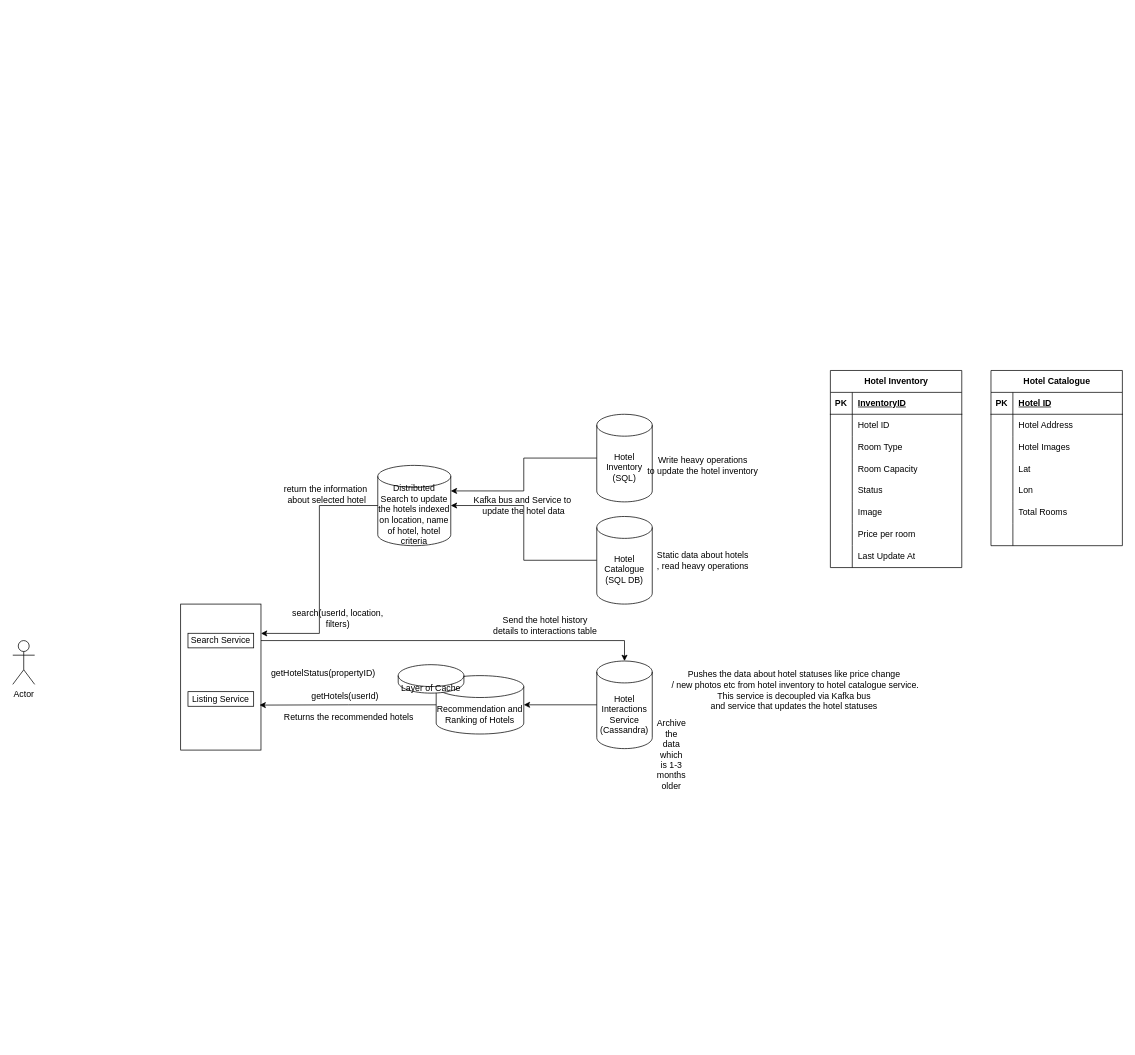
Before: HotelManagementSystem.drawio in anshul1790/system-design-playground, a draw.io diagram. Source tidied: cells renumbered, new cells numbered last; positions are measured from the earlier drawing's top-left corner, leaving out a move shared by most shapes. Both pictures are drawn from the tidied source at 73%, with x=0, y=0 at pixel (12, 370).
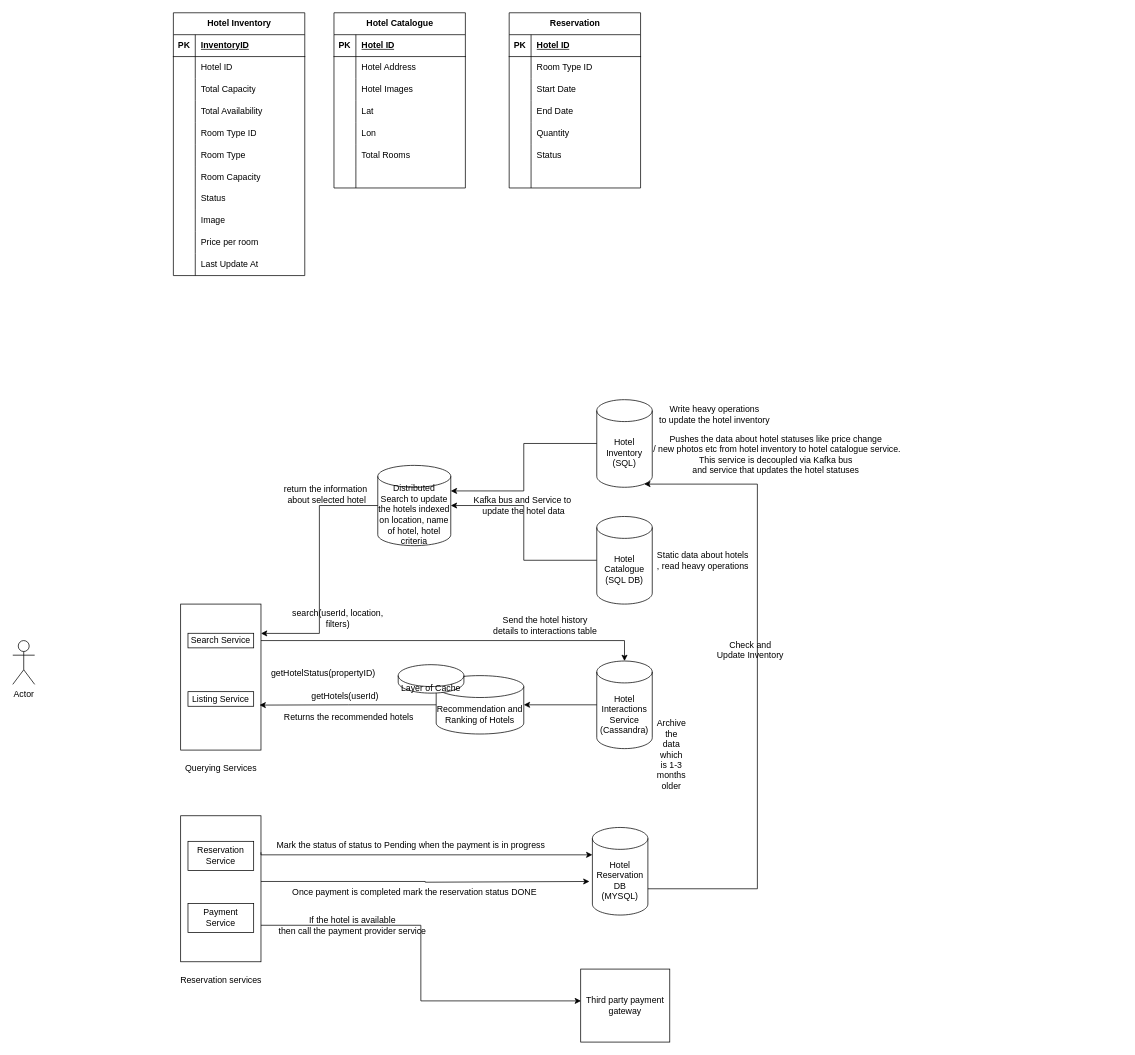
After the change.

Change to the diagram source:
```diff
@@
     <mxCell id="5" value="Hotel Inventory&lt;div&gt;(SQL)&lt;/div&gt;" style="shape=cylinder3;whiteSpace=wrap;html=1;boundedLbl=1;backgroundOutline=1;size=15;" parent="1" vertex="1">
-      <mxGeometry x="800" y="60" width="76" height="120" as="geometry" />
+      <mxGeometry x="800" y="40" width="76" height="120" as="geometry" />
     </mxCell>
@@
     <mxCell id="21" value="Pushes the data about hotel statuses like price change&lt;div&gt;&amp;nbsp;/ new photos etc from hotel inventory to hotel catalogue service.&lt;/div&gt;&lt;div&gt;This service is decoupled via Kafka bus&lt;/div&gt;&lt;div&gt;and service that updates the hotel statuses&lt;/div&gt;" style="text;html=1;align=center;verticalAlign=middle;strokeColor=none;fillColor=none;" parent="1" vertex="1">
-      <mxGeometry x="885" y="403" width="370" height="70" as="geometry" />
+      <mxGeometry x="860" y="80" width="370" height="70" as="geometry" />
     </mxCell>
@@
     <mxCell id="26" value="Hotel Inventory" style="shape=table;startSize=30;childLayout=tableLayout;rowLines=0;fontStyle=1;align=center;html=1;" parent="1" vertex="1">
-      <mxGeometry x="1120" width="180" height="270" as="geometry" />
+      <mxGeometry x="220" y="-490" width="180" height="360" as="geometry" />
     </mxCell>
@@
+    <mxCell id="76" style="shape=tableRow;horizontal=0;startSize=0;swimlaneHead=0;swimlaneBody=0;fillColor=none;top=0;left=0;right=0;bottom=0;" parent="26" vertex="1">
+      <mxGeometry y="90" width="180" height="30" as="geometry" />
+    </mxCell>
+    <mxCell id="77" style="shape=partialRectangle;fillColor=none;top=0;left=0;bottom=0;right=0;overflow=hidden;whiteSpace=wrap;html=1;" parent="76" vertex="1">
+      <mxGeometry width="30" height="30" as="geometry" />
+    </mxCell>
+    <mxCell id="78" value="Total Capacity" style="shape=partialRectangle;fillColor=none;top=0;left=0;bottom=0;right=0;align=left;spacingLeft=6;overflow=hidden;whiteSpace=wrap;html=1;" parent="76" vertex="1">
+      <mxGeometry x="30" width="150" height="30" as="geometry" />
+    </mxCell>
+    <mxCell id="79" style="shape=tableRow;horizontal=0;startSize=0;swimlaneHead=0;swimlaneBody=0;fillColor=none;top=0;left=0;right=0;bottom=0;" parent="26" vertex="1">
+      <mxGeometry y="120" width="180" height="30" as="geometry" />
+    </mxCell>
+    <mxCell id="80" style="shape=partialRectangle;fillColor=none;top=0;left=0;bottom=0;right=0;overflow=hidden;whiteSpace=wrap;html=1;" parent="79" vertex="1">
+      <mxGeometry width="30" height="30" as="geometry" />
+    </mxCell>
+    <mxCell id="81" value="Total Availability" style="shape=partialRectangle;fillColor=none;top=0;left=0;bottom=0;right=0;align=left;spacingLeft=6;overflow=hidden;whiteSpace=wrap;html=1;" parent="79" vertex="1">
+      <mxGeometry x="30" width="150" height="30" as="geometry" />
+    </mxCell>
+    <mxCell id="82" style="shape=tableRow;horizontal=0;startSize=0;swimlaneHead=0;swimlaneBody=0;fillColor=none;top=0;left=0;right=0;bottom=0;" parent="26" vertex="1">
+      <mxGeometry y="150" width="180" height="30" as="geometry" />
+    </mxCell>
+    <mxCell id="83" style="shape=partialRectangle;fillColor=none;top=0;left=0;bottom=0;right=0;overflow=hidden;whiteSpace=wrap;html=1;" parent="82" vertex="1">
+      <mxGeometry width="30" height="30" as="geometry" />
+    </mxCell>
+    <mxCell id="84" value="Room Type ID" style="shape=partialRectangle;fillColor=none;top=0;left=0;bottom=0;right=0;align=left;spacingLeft=6;overflow=hidden;whiteSpace=wrap;html=1;" parent="82" vertex="1">
+      <mxGeometry x="30" width="150" height="30" as="geometry" />
+    </mxCell>
     <mxCell id="33" style="shape=tableRow;horizontal=0;startSize=0;swimlaneHead=0;swimlaneBody=0;fillColor=none;top=0;left=0;right=0;bottom=0;" parent="26" vertex="1">
-      <mxGeometry y="90" width="180" height="30" as="geometry" />
+      <mxGeometry y="180" width="180" height="30" as="geometry" />
     </mxCell>
@@
     <mxCell id="36" style="shape=tableRow;horizontal=0;startSize=0;swimlaneHead=0;swimlaneBody=0;fillColor=none;top=0;left=0;right=0;bottom=0;" parent="26" vertex="1">
-      <mxGeometry y="120" width="180" height="30" as="geometry" />
+      <mxGeometry y="210" width="180" height="30" as="geometry" />
     </mxCell>
@@
     <mxCell id="39" style="shape=tableRow;horizontal=0;startSize=0;swimlaneHead=0;swimlaneBody=0;fillColor=none;top=0;left=0;right=0;bottom=0;" parent="26" vertex="1">
-      <mxGeometry y="150" width="180" height="30" as="geometry" />
+      <mxGeometry y="240" width="180" height="30" as="geometry" />
     </mxCell>
@@
     <mxCell id="42" style="shape=tableRow;horizontal=0;startSize=0;swimlaneHead=0;swimlaneBody=0;fillColor=none;top=0;left=0;right=0;bottom=0;" parent="26" vertex="1">
-      <mxGeometry y="180" width="180" height="30" as="geometry" />
+      <mxGeometry y="270" width="180" height="30" as="geometry" />
     </mxCell>
@@
     <mxCell id="45" style="shape=tableRow;horizontal=0;startSize=0;swimlaneHead=0;swimlaneBody=0;fillColor=none;top=0;left=0;right=0;bottom=0;" parent="26" vertex="1">
-      <mxGeometry y="210" width="180" height="30" as="geometry" />
+      <mxGeometry y="300" width="180" height="30" as="geometry" />
     </mxCell>
@@
     <mxCell id="48" style="shape=tableRow;horizontal=0;startSize=0;swimlaneHead=0;swimlaneBody=0;fillColor=none;top=0;left=0;right=0;bottom=0;" parent="26" vertex="1">
-      <mxGeometry y="240" width="180" height="30" as="geometry" />
+      <mxGeometry y="330" width="180" height="30" as="geometry" />
     </mxCell>
@@
     <mxCell id="51" value="Hotel Catalogue" style="shape=table;startSize=30;childLayout=tableLayout;rowLines=0;fontStyle=1;align=center;html=1;" parent="1" vertex="1">
-      <mxGeometry x="1340" width="180" height="240" as="geometry" />
+      <mxGeometry x="440" y="-490" width="180" height="240" as="geometry" />
     </mxCell>
@@
     <mxCell id="75" value="Write heavy operations&lt;div&gt;to update the hotel inventory&lt;/div&gt;" style="text;html=1;align=center;verticalAlign=middle;strokeColor=none;fillColor=none;" parent="1" vertex="1">
-      <mxGeometry x="860" y="110" width="170" height="40" as="geometry" />
+      <mxGeometry x="876" y="40" width="170" height="40" as="geometry" />
     </mxCell>
+    <mxCell id="85" value="Reservation" style="shape=table;startSize=30;childLayout=tableLayout;rowLines=0;fontStyle=1;align=center;html=1;" parent="1" vertex="1">
+      <mxGeometry x="680" y="-490" width="180" height="240" as="geometry" />
+    </mxCell>
+    <mxCell id="86" style="shape=tableRow;horizontal=0;startSize=0;swimlaneHead=0;swimlaneBody=0;fillColor=none;top=0;left=0;right=0;bottom=1;" parent="85" vertex="1">
+      <mxGeometry y="30" width="180" height="30" as="geometry" />
+    </mxCell>
+    <mxCell id="87" value="PK" style="shape=partialRectangle;fillColor=none;top=0;left=0;bottom=0;right=0;fontStyle=1;overflow=hidden;whiteSpace=wrap;html=1;" parent="86" vertex="1">
+      <mxGeometry width="30" height="30" as="geometry" />
+    </mxCell>
+    <mxCell id="88" value="Hotel ID" style="shape=partialRectangle;fillColor=none;top=0;left=0;bottom=0;right=0;align=left;spacingLeft=6;fontStyle=5;overflow=hidden;whiteSpace=wrap;html=1;" parent="86" vertex="1">
+      <mxGeometry x="30" width="150" height="30" as="geometry" />
+    </mxCell>
+    <mxCell id="89" style="shape=tableRow;horizontal=0;startSize=0;swimlaneHead=0;swimlaneBody=0;fillColor=none;top=0;left=0;right=0;bottom=0;" parent="85" vertex="1">
+      <mxGeometry y="60" width="180" height="30" as="geometry" />
+    </mxCell>
+    <mxCell id="90" style="shape=partialRectangle;fillColor=none;top=0;left=0;bottom=0;right=0;overflow=hidden;whiteSpace=wrap;html=1;" parent="89" vertex="1">
+      <mxGeometry width="30" height="30" as="geometry" />
+    </mxCell>
+    <mxCell id="91" value="Room Type ID" style="shape=partialRectangle;fillColor=none;top=0;left=0;bottom=0;right=0;align=left;spacingLeft=6;overflow=hidden;whiteSpace=wrap;html=1;" parent="89" vertex="1">
+      <mxGeometry x="30" width="150" height="30" as="geometry" />
+    </mxCell>
+    <mxCell id="92" style="shape=tableRow;horizontal=0;startSize=0;swimlaneHead=0;swimlaneBody=0;fillColor=none;top=0;left=0;right=0;bottom=0;" parent="85" vertex="1">
+      <mxGeometry y="90" width="180" height="30" as="geometry" />
+    </mxCell>
+    <mxCell id="93" style="shape=partialRectangle;fillColor=none;top=0;left=0;bottom=0;right=0;overflow=hidden;whiteSpace=wrap;html=1;" parent="92" vertex="1">
+      <mxGeometry width="30" height="30" as="geometry" />
+    </mxCell>
+    <mxCell id="94" value="Start Date" style="shape=partialRectangle;fillColor=none;top=0;left=0;bottom=0;right=0;align=left;spacingLeft=6;overflow=hidden;whiteSpace=wrap;html=1;" parent="92" vertex="1">
+      <mxGeometry x="30" width="150" height="30" as="geometry" />
+    </mxCell>
+    <mxCell id="95" style="shape=tableRow;horizontal=0;startSize=0;swimlaneHead=0;swimlaneBody=0;fillColor=none;top=0;left=0;right=0;bottom=0;" parent="85" vertex="1">
+      <mxGeometry y="120" width="180" height="30" as="geometry" />
+    </mxCell>
+    <mxCell id="96" style="shape=partialRectangle;fillColor=none;top=0;left=0;bottom=0;right=0;overflow=hidden;whiteSpace=wrap;html=1;" parent="95" vertex="1">
+      <mxGeometry width="30" height="30" as="geometry" />
+    </mxCell>
+    <mxCell id="97" value="End Date" style="shape=partialRectangle;fillColor=none;top=0;left=0;bottom=0;right=0;align=left;spacingLeft=6;overflow=hidden;whiteSpace=wrap;html=1;" parent="95" vertex="1">
+      <mxGeometry x="30" width="150" height="30" as="geometry" />
+    </mxCell>
+    <mxCell id="98" style="shape=tableRow;horizontal=0;startSize=0;swimlaneHead=0;swimlaneBody=0;fillColor=none;top=0;left=0;right=0;bottom=0;" parent="85" vertex="1">
+      <mxGeometry y="150" width="180" height="30" as="geometry" />
+    </mxCell>
+    <mxCell id="99" style="shape=partialRectangle;fillColor=none;top=0;left=0;bottom=0;right=0;overflow=hidden;whiteSpace=wrap;html=1;" parent="98" vertex="1">
+      <mxGeometry width="30" height="30" as="geometry" />
+    </mxCell>
+    <mxCell id="100" value="Quantity" style="shape=partialRectangle;fillColor=none;top=0;left=0;bottom=0;right=0;align=left;spacingLeft=6;overflow=hidden;whiteSpace=wrap;html=1;" parent="98" vertex="1">
+      <mxGeometry x="30" width="150" height="30" as="geometry" />
+    </mxCell>
+    <mxCell id="101" style="shape=tableRow;horizontal=0;startSize=0;swimlaneHead=0;swimlaneBody=0;fillColor=none;top=0;left=0;right=0;bottom=0;" parent="85" vertex="1">
+      <mxGeometry y="180" width="180" height="30" as="geometry" />
+    </mxCell>
+    <mxCell id="102" style="shape=partialRectangle;fillColor=none;top=0;left=0;bottom=0;right=0;overflow=hidden;whiteSpace=wrap;html=1;" parent="101" vertex="1">
+      <mxGeometry width="30" height="30" as="geometry" />
+    </mxCell>
+    <mxCell id="103" value="Status" style="shape=partialRectangle;fillColor=none;top=0;left=0;bottom=0;right=0;align=left;spacingLeft=6;overflow=hidden;whiteSpace=wrap;html=1;" parent="101" vertex="1">
+      <mxGeometry x="30" width="150" height="30" as="geometry" />
+    </mxCell>
+    <mxCell id="104" style="shape=tableRow;horizontal=0;startSize=0;swimlaneHead=0;swimlaneBody=0;fillColor=none;top=0;left=0;right=0;bottom=0;" parent="85" vertex="1">
+      <mxGeometry y="210" width="180" height="30" as="geometry" />
+    </mxCell>
+    <mxCell id="105" style="shape=partialRectangle;fillColor=none;top=0;left=0;bottom=0;right=0;overflow=hidden;whiteSpace=wrap;html=1;" parent="104" vertex="1">
+      <mxGeometry width="30" height="30" as="geometry" />
+    </mxCell>
+    <mxCell id="106" style="shape=partialRectangle;fillColor=none;top=0;left=0;bottom=0;right=0;align=left;spacingLeft=6;overflow=hidden;whiteSpace=wrap;html=1;" parent="104" vertex="1">
+      <mxGeometry x="30" width="150" height="30" as="geometry" />
+    </mxCell>
+    <mxCell id="107" style="rounded=0;whiteSpace=wrap;html=1;" parent="1" vertex="1">
+      <mxGeometry x="230" y="610" width="110" height="200" as="geometry" />
+    </mxCell>
+    <mxCell id="108" value="Reservation Service" style="rounded=0;whiteSpace=wrap;html=1;" parent="1" vertex="1">
+      <mxGeometry x="240" y="645" width="90" height="40" as="geometry" />
+    </mxCell>
+    <mxCell id="109" value="Hotel Reservation DB&lt;div&gt;(MYSQL)&lt;/div&gt;" style="shape=cylinder3;whiteSpace=wrap;html=1;boundedLbl=1;backgroundOutline=1;size=15;" parent="1" vertex="1">
+      <mxGeometry x="794" y="626" width="76" height="120" as="geometry" />
+    </mxCell>
+    <mxCell id="110" style="edgeStyle=orthogonalEdgeStyle;rounded=0;jettySize=auto;html=1;entryX=0.855;entryY=1;entryDx=0;entryDy=-4.35;entryPerimeter=0;" parent="1" edge="1" source="109" target="5">
+      <mxGeometry relative="1" as="geometry">
+        <Array as="points">
+          <mxPoint x="1020" y="710" />
+          <mxPoint x="1020" y="156" />
+        </Array>
+      </mxGeometry>
+    </mxCell>
+    <mxCell id="111" value="&lt;div&gt;Check and&lt;/div&gt;Update Inventory" style="text;html=1;align=center;verticalAlign=middle;strokeColor=none;fillColor=none;" parent="1" vertex="1">
+      <mxGeometry x="955" y="363" width="110" height="40" as="geometry" />
+    </mxCell>
+    <mxCell id="112" value="Payment&lt;div&gt;Service&lt;/div&gt;" style="rounded=0;whiteSpace=wrap;html=1;" parent="1" vertex="1">
+      <mxGeometry x="240" y="730" width="90" height="40" as="geometry" />
+    </mxCell>
+    <mxCell id="113" value="Third party payment gateway" style="rounded=0;whiteSpace=wrap;html=1;" parent="1" vertex="1">
+      <mxGeometry x="778" y="820" width="122" height="100" as="geometry" />
+    </mxCell>
+    <mxCell id="114" style="edgeStyle=orthogonalEdgeStyle;rounded=0;jettySize=auto;html=1;exitX=1;exitY=0.75;exitDx=0;exitDy=0;entryX=0.003;entryY=0.436;entryDx=0;entryDy=0;entryPerimeter=0;" parent="1" edge="1" source="107" target="113">
+      <mxGeometry relative="1" as="geometry" />
+    </mxCell>
+    <mxCell id="115" value="If the hotel is available&lt;div&gt;then call the payment provider service&lt;/div&gt;" style="text;html=1;align=center;verticalAlign=middle;strokeColor=none;fillColor=none;" parent="1" vertex="1">
+      <mxGeometry x="350" y="740" width="230" height="40" as="geometry" />
+    </mxCell>
+    <mxCell id="116" value="Once payment is completed mark the reservation status DONE" style="text;html=1;align=center;verticalAlign=middle;strokeColor=none;fillColor=none;" parent="1" vertex="1">
+      <mxGeometry x="370" y="700" width="360" height="30" as="geometry" />
+    </mxCell>
+    <mxCell id="117" value="Mark the status of status to Pending when the payment is in progress" style="text;html=1;align=center;verticalAlign=middle;strokeColor=none;fillColor=none;" parent="1" vertex="1">
+      <mxGeometry x="350" y="635" width="390" height="30" as="geometry" />
+    </mxCell>
+    <mxCell id="118" style="edgeStyle=orthogonalEdgeStyle;rounded=0;jettySize=auto;html=1;" parent="1" edge="1" source="107">
+      <mxGeometry relative="1" as="geometry">
+        <mxPoint x="790" y="700" as="targetPoint" />
+        <Array as="points">
+          <mxPoint x="565" y="700" />
+          <mxPoint x="565" y="701" />
+        </Array>
+      </mxGeometry>
+    </mxCell>
+    <mxCell id="119" style="edgeStyle=orthogonalEdgeStyle;rounded=0;jettySize=auto;html=1;exitX=1;exitY=0.25;exitDx=0;exitDy=0;entryX=0;entryY=0;entryDx=0;entryDy=37.5;entryPerimeter=0;" parent="1" edge="1" source="107" target="109">
+      <mxGeometry relative="1" as="geometry">
+        <Array as="points">
+          <mxPoint x="340" y="664" />
+        </Array>
+      </mxGeometry>
+    </mxCell>
+    <mxCell id="120" value="Reservation services" style="text;html=1;align=center;verticalAlign=middle;strokeColor=none;fillColor=none;" parent="1" vertex="1">
+      <mxGeometry x="220" y="820" width="130" height="30" as="geometry" />
+    </mxCell>
+    <mxCell id="121" value="Querying Services" style="text;html=1;align=center;verticalAlign=middle;strokeColor=none;fillColor=none;" parent="1" vertex="1">
+      <mxGeometry x="225" y="530" width="120" height="30" as="geometry" />
+    </mxCell>
```
